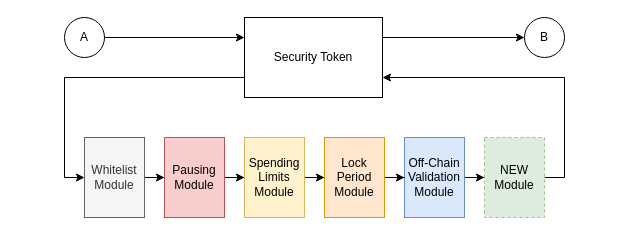
Before: resources/modular-constraints.drawio in micobo-gmbh/micobo-Security-Token, a draw.io diagram. Source tidied: cells renumbered, new cells numbered last; positions are measured from the earlier drawing's top-left corner, leaving out a move shared by most shapes. Both pictures are drawn from the tidied source at 100%, with x=0, y=0 at pixel (64, 17).
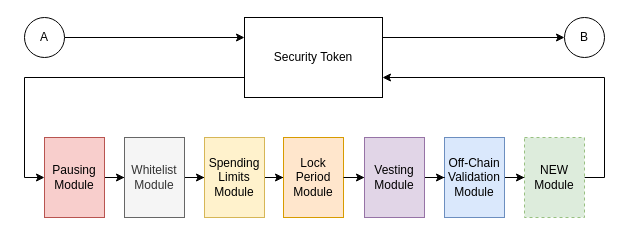
The same page after the edit.

Unchanged cells that the change refers to:
```xml
<mxCell id="4" value="Security Token" style="rounded=0;whiteSpace=wrap;html=1;" parent="1" vertex="1">
  <mxGeometry x="180" width="138" height="80" as="geometry" />
</mxCell>
```

Change to the diagram source:
```diff
@@
     <mxCell id="2" style="edgeStyle=orthogonalEdgeStyle;rounded=0;jettySize=auto;html=1;entryX=0;entryY=0.5;entryDx=0;entryDy=0;exitX=0;exitY=0.75;exitDx=0;exitDy=0;" parent="1" edge="1" source="4" target="8">
-      <mxGeometry relative="1" as="geometry" />
+      <mxGeometry relative="1" as="geometry">
+        <Array as="points">
+          <mxPoint x="-40" y="60" />
+          <mxPoint x="-40" y="160" />
+        </Array>
+      </mxGeometry>
     </mxCell>
@@
     <mxCell id="6" value="A" style="ellipse;whiteSpace=wrap;html=1;" parent="1" vertex="1">
-      <mxGeometry width="40" height="40" as="geometry" />
+      <mxGeometry x="-40" width="40" height="40" as="geometry" />
     </mxCell>
@@
-    <mxCell id="8" value="Whitelist&lt;br&gt;Module" style="rounded=0;whiteSpace=wrap;html=1;fillColor=#f5f5f5;strokeColor=#666666;fontColor=#333333;" parent="1" vertex="1">
-      <mxGeometry x="20" y="120" width="60" height="80" as="geometry" />
+    <mxCell id="8" value="Pausing&lt;br&gt;Module" style="rounded=0;whiteSpace=wrap;html=1;fillColor=#f8cecc;strokeColor=#b85450;" parent="1" vertex="1">
+      <mxGeometry x="-20" y="120" width="60" height="80" as="geometry" />
     </mxCell>
@@
-    <mxCell id="10" value="Pausing&lt;br&gt;Module" style="rounded=0;whiteSpace=wrap;html=1;fillColor=#f8cecc;strokeColor=#b85450;" parent="1" vertex="1">
-      <mxGeometry x="100" y="120" width="60" height="80" as="geometry" />
+    <mxCell id="10" value="Whitelist&lt;br&gt;Module" style="rounded=0;whiteSpace=wrap;html=1;fillColor=#f5f5f5;strokeColor=#666666;fontColor=#333333;" parent="1" vertex="1">
+      <mxGeometry x="60" y="120" width="60" height="80" as="geometry" />
     </mxCell>
@@
     <mxCell id="12" value="Spending&lt;br&gt;Limits&lt;br&gt;Module" style="rounded=0;whiteSpace=wrap;html=1;fillColor=#fff2cc;strokeColor=#d6b656;" parent="1" vertex="1">
-      <mxGeometry x="180" y="120" width="60" height="80" as="geometry" />
+      <mxGeometry x="140" y="120" width="60" height="80" as="geometry" />
     </mxCell>
@@
     <mxCell id="14" value="Off-Chain&lt;br&gt;Validation&lt;br&gt;Module" style="rounded=0;whiteSpace=wrap;html=1;fillColor=#dae8fc;strokeColor=#6c8ebf;" parent="1" vertex="1">
-      <mxGeometry x="340" y="120" width="60" height="80" as="geometry" />
+      <mxGeometry x="380" y="120" width="60" height="80" as="geometry" />
     </mxCell>
-    <mxCell id="15" style="edgeStyle=orthogonalEdgeStyle;rounded=0;jettySize=auto;html=1;entryX=0;entryY=0.5;entryDx=0;entryDy=0;" parent="1" edge="1" source="16" target="14">
+    <mxCell id="15" style="edgeStyle=orthogonalEdgeStyle;rounded=0;jettySize=auto;html=1;entryX=0;entryY=0.5;entryDx=0;entryDy=0;" parent="1" edge="1" source="20" target="14">
       <mxGeometry relative="1" as="geometry" />
     </mxCell>
     <mxCell id="16" value="Lock&lt;br&gt;Period&lt;br&gt;Module" style="rounded=0;whiteSpace=wrap;html=1;fillColor=#ffe6cc;strokeColor=#d79b00;" parent="1" vertex="1">
-      <mxGeometry x="260" y="120" width="60" height="80" as="geometry" />
+      <mxGeometry x="219" y="120" width="60" height="80" as="geometry" />
     </mxCell>
     <mxCell id="17" style="edgeStyle=orthogonalEdgeStyle;rounded=0;jettySize=auto;html=1;entryX=1;entryY=0.75;entryDx=0;entryDy=0;exitX=1;exitY=0.5;exitDx=0;exitDy=0;" parent="1" edge="1" source="18" target="4">
-      <mxGeometry relative="1" as="geometry" />
+      <mxGeometry relative="1" as="geometry">
+        <Array as="points">
+          <mxPoint x="540" y="160" />
+          <mxPoint x="540" y="60" />
+        </Array>
+      </mxGeometry>
     </mxCell>
     <mxCell id="18" value="NEW&lt;br&gt;Module" style="rounded=0;whiteSpace=wrap;html=1;fillColor=#d5e8d4;strokeColor=#82b366;dashed=1;opacity=80;" parent="1" vertex="1">
-      <mxGeometry x="420" y="120" width="60" height="80" as="geometry" />
+      <mxGeometry x="460" y="120" width="60" height="80" as="geometry" />
     </mxCell>
     <mxCell id="19" value="B" style="ellipse;whiteSpace=wrap;html=1;" parent="1" vertex="1">
-      <mxGeometry x="460" width="40" height="40" as="geometry" />
+      <mxGeometry x="500" width="40" height="40" as="geometry" />
     </mxCell>
+    <mxCell id="20" value="Vesting&lt;br&gt;Module" style="rounded=0;whiteSpace=wrap;html=1;fillColor=#e1d5e7;strokeColor=#9673a6;" parent="1" vertex="1">
+      <mxGeometry x="300" y="120" width="60" height="80" as="geometry" />
+    </mxCell>
+    <mxCell id="21" style="edgeStyle=orthogonalEdgeStyle;rounded=0;jettySize=auto;html=1;entryX=0;entryY=0.5;entryDx=0;entryDy=0;" parent="1" edge="1" source="16" target="20">
+      <mxGeometry relative="1" as="geometry" />
+    </mxCell>
```
